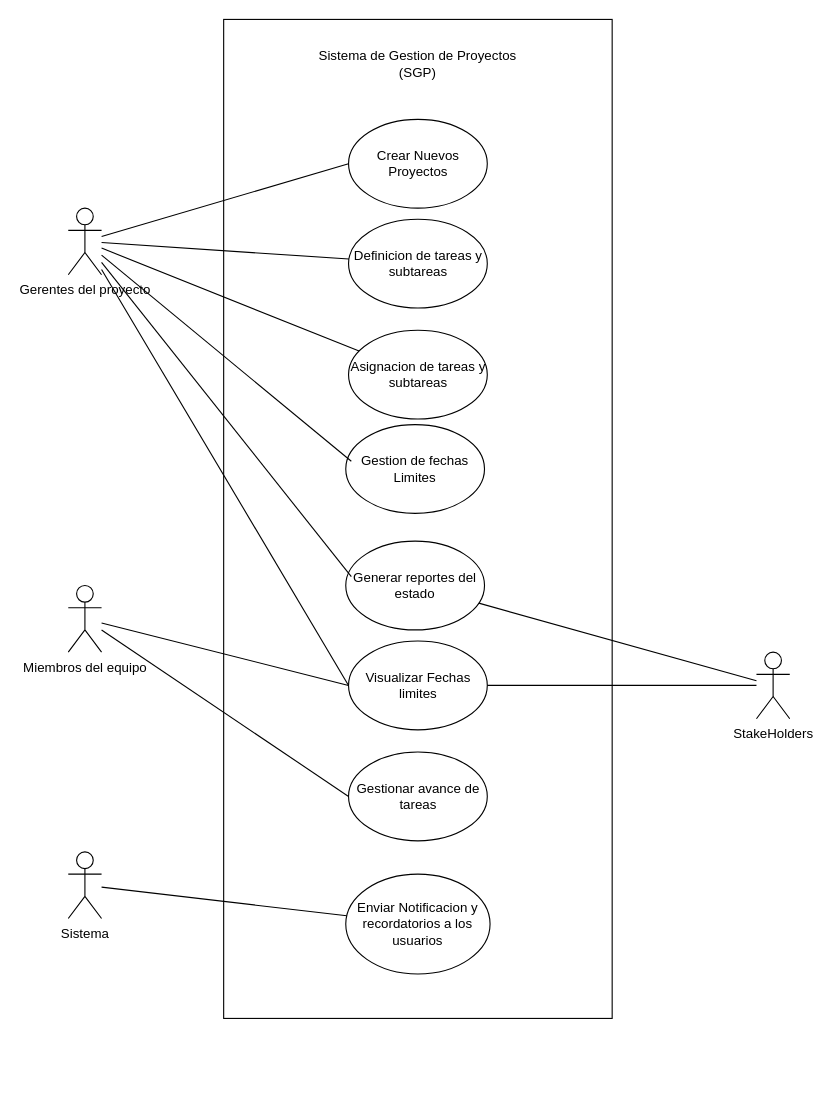
Before: PROYECTO ANALISIS 2.drawio in Juarezgump655/Analisis_Sistemas_II, a draw.io diagram. Source tidied: cells renumbered, new cells numbered last; positions are measured from the earlier drawing's top-left corner, leaving out a move shared by most shapes. Both pictures are drawn from the tidied source at 111%, with x=0, y=0 at pixel (68, 19).
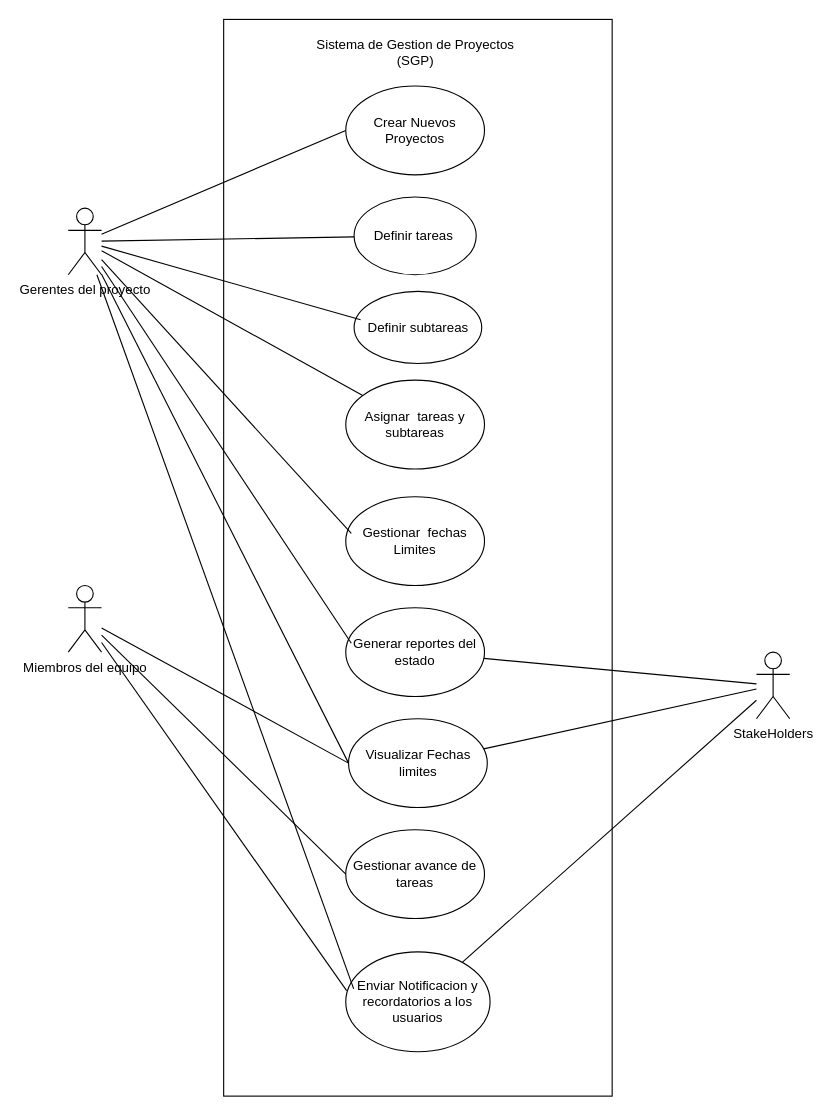
After the change.

Commit message:
Se realiza modificaciones en el diagrama de caso de uso agregando un nuevo caso de uso y se cambian verbos

The change refers to these unchanged cells:
```xml
<mxCell id="4" value="Gerentes del proyecto" style="shape=umlActor;verticalLabelPosition=bottom;verticalAlign=top;html=1;outlineConnect=0;" parent="1" vertex="1">
  <mxGeometry y="170" width="30" height="60" as="geometry" />
</mxCell>
<mxCell id="14" value="Miembros del equipo" style="shape=umlActor;verticalLabelPosition=bottom;verticalAlign=top;html=1;outlineConnect=0;" parent="1" vertex="1">
  <mxGeometry y="510" width="30" height="60" as="geometry" />
</mxCell>
<mxCell id="15" value="StakeHolders" style="shape=umlActor;verticalLabelPosition=bottom;verticalAlign=top;html=1;outlineConnect=0;" parent="1" vertex="1">
  <mxGeometry x="620" y="570" width="30" height="60" as="geometry" />
</mxCell>
```

What changed in the source:
```diff
@@
     <mxCell id="2" style="rounded=0;whiteSpace=wrap;html=1;" parent="1" vertex="1">
-      <mxGeometry x="140" width="350" height="900" as="geometry" />
+      <mxGeometry x="140" width="350" height="970" as="geometry" />
     </mxCell>
     <mxCell id="3" value="Sistema de Gestion de Proyectos (SGP)" style="text;html=1;align=center;verticalAlign=middle;whiteSpace=wrap;rounded=0;" parent="1" vertex="1">
-      <mxGeometry x="215" y="10" width="200" height="60" as="geometry" />
+      <mxGeometry x="212.5" width="200" height="60" as="geometry" />
     </mxCell>
@@
     <mxCell id="5" value="Crear Nuevos Proyectos" style="ellipse;whiteSpace=wrap;html=1;" parent="1" vertex="1">
-      <mxGeometry x="252.5" y="90" width="125" height="80" as="geometry" />
+      <mxGeometry x="250" y="60" width="125" height="80" as="geometry" />
     </mxCell>
@@
-    <mxCell id="7" value="Definicion de tareas y subtareas" style="ellipse;whiteSpace=wrap;html=1;" parent="1" vertex="1">
-      <mxGeometry x="252.5" y="180" width="125" height="80" as="geometry" />
+    <mxCell id="7" value="Definir tareas&amp;nbsp;" style="ellipse;whiteSpace=wrap;html=1;" parent="1" vertex="1">
+      <mxGeometry x="257.5" y="160" width="110" height="70" as="geometry" />
     </mxCell>
@@
-    <mxCell id="9" value="Asignacion de tareas y subtareas" style="ellipse;whiteSpace=wrap;html=1;" parent="1" vertex="1">
-      <mxGeometry x="252.5" y="280" width="125" height="80" as="geometry" />
+    <mxCell id="9" value="Asignar&amp;nbsp; tareas y subtareas" style="ellipse;whiteSpace=wrap;html=1;" parent="1" vertex="1">
+      <mxGeometry x="250" y="325" width="125" height="80" as="geometry" />
     </mxCell>
@@
-    <mxCell id="11" value="Gestion de fechas Limites" style="ellipse;whiteSpace=wrap;html=1;" parent="1" vertex="1">
-      <mxGeometry x="250" y="365" width="125" height="80" as="geometry" />
+    <mxCell id="11" value="Gestionar&amp;nbsp; fechas Limites" style="ellipse;whiteSpace=wrap;html=1;" parent="1" vertex="1">
+      <mxGeometry x="250" y="430" width="125" height="80" as="geometry" />
     </mxCell>
@@
     <mxCell id="13" value="Visualizar Fechas limites" style="ellipse;whiteSpace=wrap;html=1;" parent="1" vertex="1">
-      <mxGeometry x="252.5" y="560" width="125" height="80" as="geometry" />
+      <mxGeometry x="252.5" y="630" width="125" height="80" as="geometry" />
     </mxCell>
@@
     <mxCell id="19" value="Generar reportes del estado" style="ellipse;whiteSpace=wrap;html=1;" parent="1" vertex="1">
-      <mxGeometry x="250" y="470" width="125" height="80" as="geometry" />
+      <mxGeometry x="250" y="530" width="125" height="80" as="geometry" />
     </mxCell>
@@
-    <mxCell id="22" value="Sistema" style="shape=umlActor;verticalLabelPosition=bottom;verticalAlign=top;html=1;outlineConnect=0;direction=east;" parent="1" vertex="1">
-      <mxGeometry y="750" width="30" height="60" as="geometry" />
-    </mxCell>
     <mxCell id="23" value="Enviar Notificacion y recordatorios a los usuarios" style="ellipse;whiteSpace=wrap;html=1;" parent="1" vertex="1">
-      <mxGeometry x="250" y="770" width="130" height="90" as="geometry" />
+      <mxGeometry x="250" y="840" width="130" height="90" as="geometry" />
     </mxCell>
-    <mxCell id="24" style="endArrow=none;html=1;rounded=0;" parent="1" edge="1" source="22" target="23">
-      <mxGeometry relative="1" as="geometry" />
-    </mxCell>
     <mxCell id="25" value="Gestionar avance de tareas" style="ellipse;whiteSpace=wrap;html=1;" parent="1" vertex="1">
-      <mxGeometry x="252.5" y="660" width="125" height="80" as="geometry" />
+      <mxGeometry x="250" y="730" width="125" height="80" as="geometry" />
     </mxCell>
@@
+    <mxCell id="27" style="endArrow=none;html=1;rounded=0;entryX=0.055;entryY=0.371;entryDx=0;entryDy=0;entryPerimeter=0;" parent="1" edge="1" source="4" target="23">
+      <mxGeometry relative="1" as="geometry" />
+    </mxCell>
+    <mxCell id="28" style="endArrow=none;html=1;rounded=0;entryX=0.006;entryY=0.389;entryDx=0;entryDy=0;entryPerimeter=0;" parent="1" edge="1" source="14" target="23">
+      <mxGeometry relative="1" as="geometry" />
+    </mxCell>
+    <mxCell id="29" style="endArrow=none;html=1;rounded=0;" parent="1" edge="1" source="23" target="15">
+      <mxGeometry relative="1" as="geometry" />
+    </mxCell>
+    <mxCell id="30" value="Definir&amp;nbsp;subtareas" style="ellipse;whiteSpace=wrap;html=1;" parent="1" vertex="1">
+      <mxGeometry x="257.5" y="245" width="115" height="65" as="geometry" />
+    </mxCell>
+    <mxCell id="31" style="endArrow=none;html=1;rounded=0;entryX=0.051;entryY=0.393;entryDx=0;entryDy=0;entryPerimeter=0;" parent="1" edge="1" source="4" target="30">
+      <mxGeometry relative="1" as="geometry" />
+    </mxCell>
```
